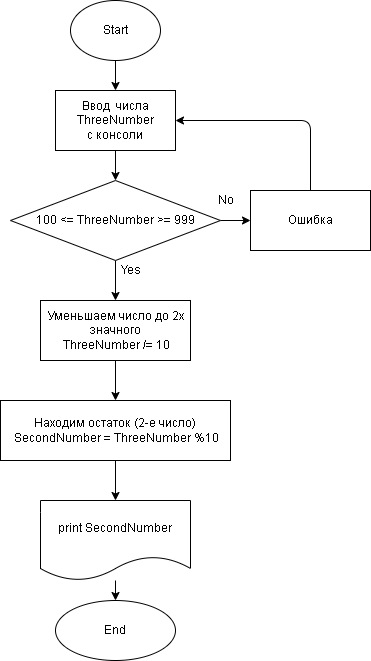
Before: HomeWork02/Ex01/diagrm.drawio.png, a diagram exported from draw.io (Den-m1985/CSharpProgect). Source tidied: cells renumbered, new cells last; positions are measured from the earlier drawing's top-left corner, leaving out a move shared by most shapes. Its diagram source:
```xml
<mxGraphModel>
  <root>
    <mxCell id="0" />
    <mxCell id="1" parent="0" />
    <mxCell id="2" style="edgeStyle=none;html=1;" parent="1" edge="1" source="3" target="18">
      <mxGeometry relative="1" as="geometry" />
    </mxCell>
    <mxCell id="3" value="Start" style="ellipse;whiteSpace=wrap;html=1;" parent="1" vertex="1">
      <mxGeometry x="70" width="90" height="60" as="geometry" />
    </mxCell>
    <mxCell id="4" style="edgeStyle=none;html=1;" parent="1" edge="1" source="6" target="8">
      <mxGeometry relative="1" as="geometry" />
    </mxCell>
    <mxCell id="5" style="edgeStyle=none;html=1;" parent="1" edge="1" source="6" target="11">
      <mxGeometry relative="1" as="geometry" />
    </mxCell>
    <mxCell id="6" value="100 &amp;lt;= ThreeNumber &amp;gt;= 999" style="rhombus;whiteSpace=wrap;html=1;" parent="1" vertex="1">
      <mxGeometry x="10" y="180" width="210" height="80" as="geometry" />
    </mxCell>
    <mxCell id="7" style="edgeStyle=none;html=1;entryX=1;entryY=0.5;entryDx=0;entryDy=0;" parent="1" edge="1" source="8">
      <mxGeometry relative="1" as="geometry">
        <mxPoint x="175" y="120" as="targetPoint" />
        <Array as="points">
          <mxPoint x="310" y="120" />
        </Array>
      </mxGeometry>
    </mxCell>
    <mxCell id="8" value="Ошибка" style="whiteSpace=wrap;html=1;" parent="1" vertex="1">
      <mxGeometry x="250" y="190" width="120" height="60" as="geometry" />
    </mxCell>
    <mxCell id="9" value="No" style="text;html=1;align=center;verticalAlign=middle;strokeColor=none;fillColor=none;" parent="1" vertex="1">
      <mxGeometry x="210" y="190" width="30" height="20" as="geometry" />
    </mxCell>
    <mxCell id="10" style="edgeStyle=none;html=1;" parent="1" edge="1" source="11" target="14">
      <mxGeometry relative="1" as="geometry" />
    </mxCell>
    <mxCell id="11" value="Уменьшаем число до 2х значного&lt;br&gt;&amp;nbsp;ThreeNumber /= 10" style="whiteSpace=wrap;html=1;" parent="1" vertex="1">
      <mxGeometry x="40" y="300" width="150" height="60" as="geometry" />
    </mxCell>
    <mxCell id="12" value="Yes" style="text;html=1;align=center;verticalAlign=middle;strokeColor=none;fillColor=none;" parent="1" vertex="1">
      <mxGeometry x="110" y="260" width="40" height="20" as="geometry" />
    </mxCell>
    <mxCell id="13" style="edgeStyle=none;html=1;" parent="1" edge="1" source="14" target="16">
      <mxGeometry relative="1" as="geometry" />
    </mxCell>
    <mxCell id="14" value="Находим остаток (2-е число)&lt;br&gt;&amp;nbsp;SecondNumber = ThreeNumber %10" style="whiteSpace=wrap;html=1;" parent="1" vertex="1">
      <mxGeometry y="400" width="230" height="60" as="geometry" />
    </mxCell>
    <mxCell id="15" style="edgeStyle=none;html=1;" parent="1" edge="1" source="16" target="19">
      <mxGeometry relative="1" as="geometry" />
    </mxCell>
    <mxCell id="16" value="print SecondNumber" style="shape=document;whiteSpace=wrap;html=1;boundedLbl=1;" parent="1" vertex="1">
      <mxGeometry x="40" y="500" width="150" height="80" as="geometry" />
    </mxCell>
    <mxCell id="17" style="edgeStyle=none;html=1;entryX=0.5;entryY=0;entryDx=0;entryDy=0;" parent="1" edge="1" source="18" target="6">
      <mxGeometry relative="1" as="geometry" />
    </mxCell>
    <mxCell id="18" value="Ввод&amp;nbsp; числа ThreeNumber&lt;br&gt;с консоли" style="whiteSpace=wrap;html=1;" parent="1" vertex="1">
      <mxGeometry x="55" y="90" width="120" height="60" as="geometry" />
    </mxCell>
    <mxCell id="19" value="End" style="ellipse;whiteSpace=wrap;html=1;" parent="1" vertex="1">
      <mxGeometry x="55" y="600" width="120" height="60" as="geometry" />
    </mxCell>
  </root>
</mxGraphModel>
```
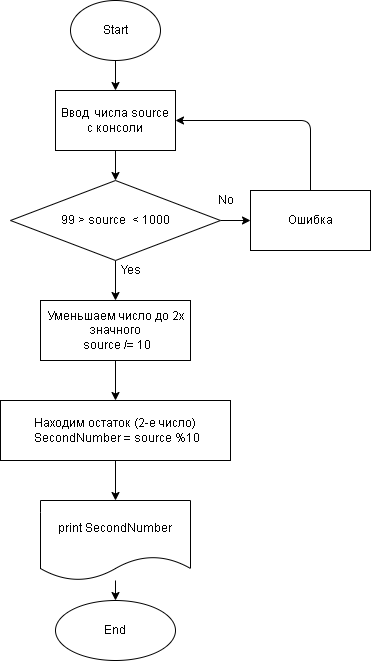
Later version of the same file.

Commit message:
Сделал 1ю домашку

The edit, as a diff of the source:
```diff
@@ -14,7 +14,7 @@
     <mxCell id="5" style="edgeStyle=none;html=1;" parent="1" edge="1" source="6" target="11">
       <mxGeometry relative="1" as="geometry" />
     </mxCell>
-    <mxCell id="6" value="100 &amp;lt;= ThreeNumber &amp;gt;= 999" style="rhombus;whiteSpace=wrap;html=1;" parent="1" vertex="1">
+    <mxCell id="6" value="99 &amp;gt; source&amp;nbsp; &amp;lt; 1000" style="rhombus;whiteSpace=wrap;html=1;" parent="1" vertex="1">
       <mxGeometry x="10" y="180" width="210" height="80" as="geometry" />
     </mxCell>
     <mxCell id="7" style="edgeStyle=none;html=1;entryX=1;entryY=0.5;entryDx=0;entryDy=0;" parent="1" edge="1" source="8">
@@ -34,7 +34,7 @@
     <mxCell id="10" style="edgeStyle=none;html=1;" parent="1" edge="1" source="11" target="14">
       <mxGeometry relative="1" as="geometry" />
     </mxCell>
-    <mxCell id="11" value="Уменьшаем число до 2х значного&lt;br&gt;&amp;nbsp;ThreeNumber /= 10" style="whiteSpace=wrap;html=1;" parent="1" vertex="1">
+    <mxCell id="11" value="Уменьшаем число до 2х значного&lt;br&gt;&amp;nbsp;source /= 10" style="whiteSpace=wrap;html=1;" parent="1" vertex="1">
       <mxGeometry x="40" y="300" width="150" height="60" as="geometry" />
     </mxCell>
     <mxCell id="12" value="Yes" style="text;html=1;align=center;verticalAlign=middle;strokeColor=none;fillColor=none;" parent="1" vertex="1">
@@ -43,7 +43,7 @@
     <mxCell id="13" style="edgeStyle=none;html=1;" parent="1" edge="1" source="14" target="16">
       <mxGeometry relative="1" as="geometry" />
     </mxCell>
-    <mxCell id="14" value="Находим остаток (2-е число)&lt;br&gt;&amp;nbsp;SecondNumber = ThreeNumber %10" style="whiteSpace=wrap;html=1;" parent="1" vertex="1">
+    <mxCell id="14" value="Находим остаток (2-е число)&lt;br&gt;&amp;nbsp;SecondNumber = source %10" style="whiteSpace=wrap;html=1;" parent="1" vertex="1">
       <mxGeometry y="400" width="230" height="60" as="geometry" />
     </mxCell>
     <mxCell id="15" style="edgeStyle=none;html=1;" parent="1" edge="1" source="16" target="19">
@@ -55,7 +55,7 @@
     <mxCell id="17" style="edgeStyle=none;html=1;entryX=0.5;entryY=0;entryDx=0;entryDy=0;" parent="1" edge="1" source="18" target="6">
       <mxGeometry relative="1" as="geometry" />
     </mxCell>
-    <mxCell id="18" value="Ввод&amp;nbsp; числа ThreeNumber&lt;br&gt;с консоли" style="whiteSpace=wrap;html=1;" parent="1" vertex="1">
+    <mxCell id="18" value="Ввод&amp;nbsp; числа source&lt;br&gt;с консоли" style="whiteSpace=wrap;html=1;" parent="1" vertex="1">
       <mxGeometry x="55" y="90" width="120" height="60" as="geometry" />
     </mxCell>
     <mxCell id="19" value="End" style="ellipse;whiteSpace=wrap;html=1;" parent="1" vertex="1">
```
